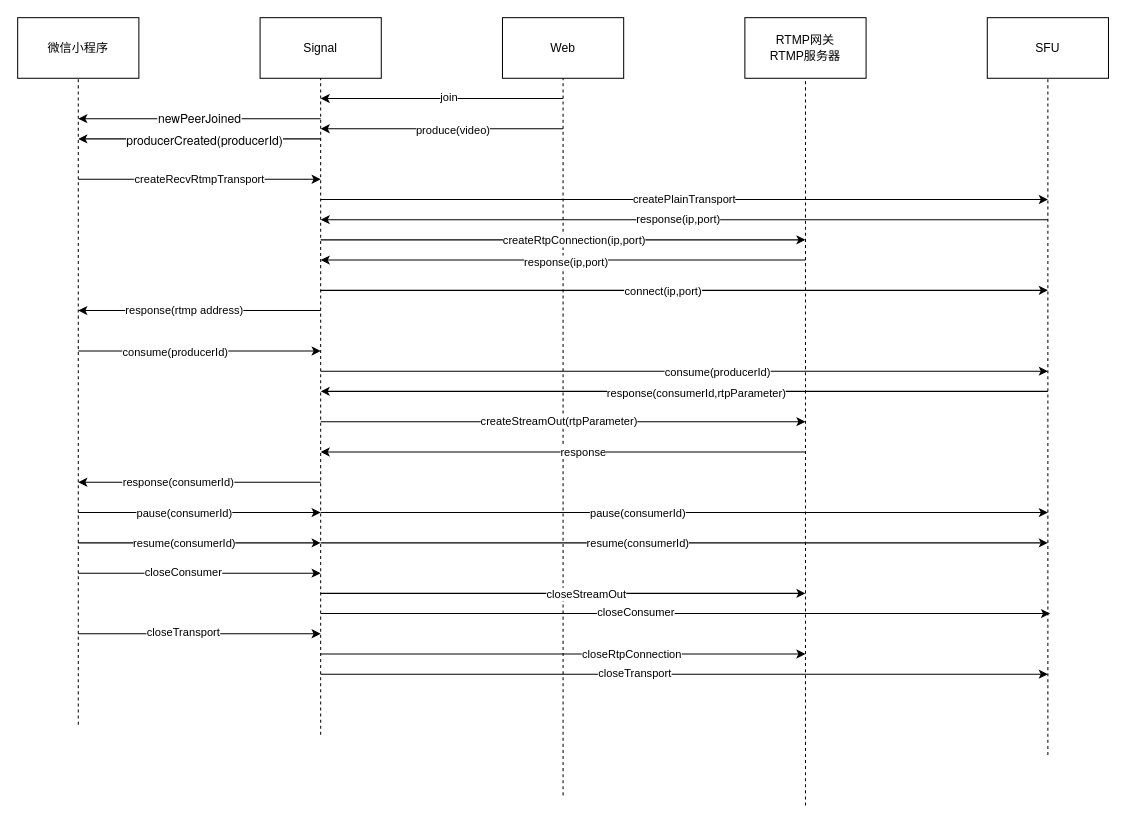
Earlier version of the draw.io diagram page "Page-15" (13 of 15) of Untitled Diagram.drawio (craterone/imgs). Source tidied: cells renumbered, new cells numbered last; positions are measured from the earlier drawing's top-left corner, leaving out a move shared by most shapes. Both pictures are drawn from the tidied source at 101%, with x=0, y=0 at pixel (17, 17).
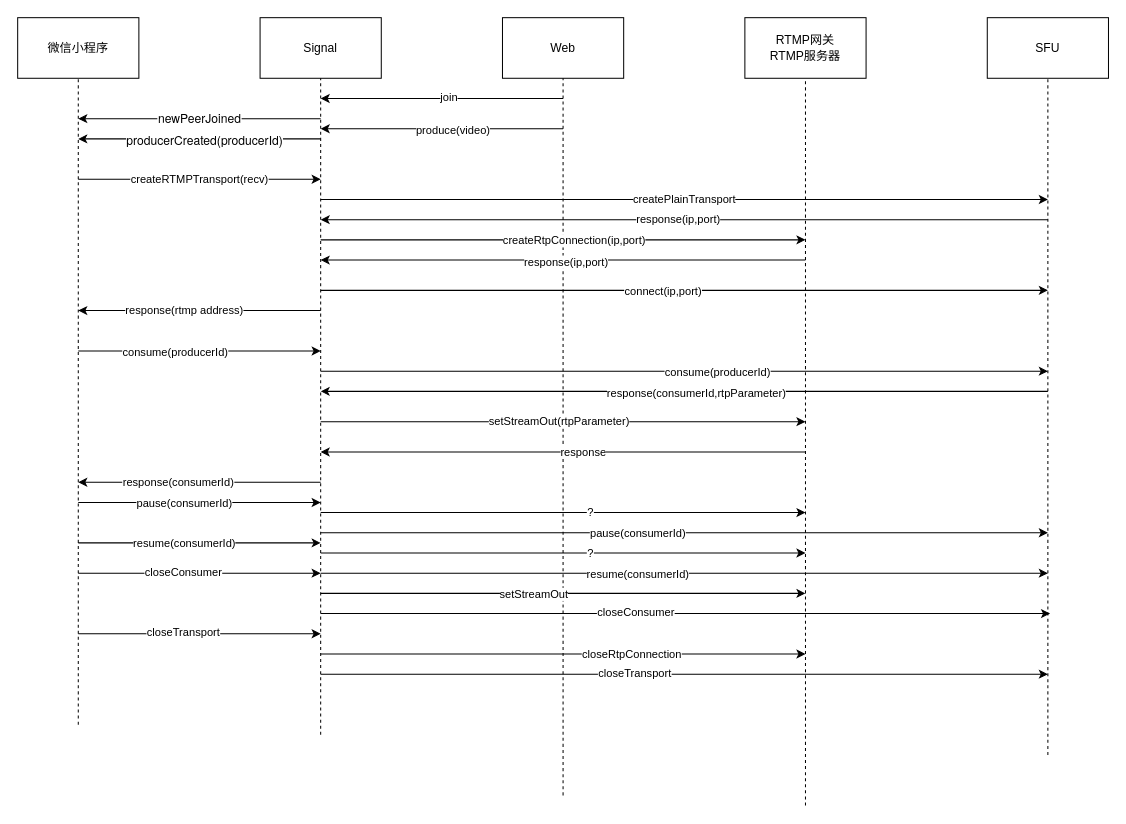
Above is the later version.

The change refers to these unchanged cells:
```xml
<mxCell id="57" style="endArrow=classic;html=1;" parent="1" edge="1">
  <mxGeometry relative="1" as="geometry">
    <mxPoint x="300" y="400" as="sourcePoint" />
    <mxPoint x="780" y="400" as="targetPoint" />
  </mxGeometry>
</mxCell>
<mxCell id="61" style="endArrow=classic;html=1;" parent="1" edge="1">
  <mxGeometry relative="1" as="geometry">
    <mxPoint x="300" y="570" as="sourcePoint" />
    <mxPoint x="780" y="570" as="targetPoint" />
  </mxGeometry>
</mxCell>
```

Change to the diagram source:
```diff
@@
-    <mxCell id="11" value="createRecvRtmpTransport" style="endArrow=classic;html=1;" parent="1" edge="1">
+    <mxCell id="11" value="createRTMPTransport(recv)" style="endArrow=classic;html=1;" parent="1" edge="1">
       <mxGeometry relative="1" as="geometry">
         <mxPoint x="60" y="160" as="sourcePoint" />
         <mxPoint x="300" y="160" as="targetPoint" />
       </mxGeometry>
     </mxCell>
@@
     <mxCell id="33" style="endArrow=classic;html=1;" parent="1" edge="1">
       <mxGeometry relative="1" as="geometry">
-        <mxPoint x="60" y="490" as="sourcePoint" />
-        <mxPoint x="300" y="490" as="targetPoint" />
+        <mxPoint x="60" y="480" as="sourcePoint" />
+        <mxPoint x="300" y="480" as="targetPoint" />
       </mxGeometry>
     </mxCell>
@@
     <mxCell id="35" style="endArrow=classic;html=1;" parent="1" edge="1">
       <mxGeometry relative="1" as="geometry">
-        <mxPoint x="300" y="490" as="sourcePoint" />
-        <mxPoint x="1020" y="490" as="targetPoint" />
+        <mxPoint x="300" y="510" as="sourcePoint" />
+        <mxPoint x="1020" y="510" as="targetPoint" />
       </mxGeometry>
     </mxCell>
@@
     <mxCell id="39" style="endArrow=classic;html=1;" parent="1" edge="1">
       <mxGeometry relative="1" as="geometry">
-        <mxPoint x="300" y="520" as="sourcePoint" />
-        <mxPoint x="1020" y="520" as="targetPoint" />
+        <mxPoint x="300" y="550" as="sourcePoint" />
+        <mxPoint x="1020" y="550" as="targetPoint" />
       </mxGeometry>
     </mxCell>
@@
-    <mxCell id="58" value="createStreamOut(rtpParameter)" style="edgeLabel;html=1;align=center;verticalAlign=middle;" parent="57" vertex="1">
+    <mxCell id="58" value="setStreamOut(rtpParameter)" style="edgeLabel;html=1;align=center;verticalAlign=middle;" parent="57" vertex="1">
       <mxGeometry x="-0.02" y="1" relative="1" as="geometry" />
     </mxCell>
@@
-    <mxCell id="62" value="closeStreamOut" style="edgeLabel;html=1;align=center;verticalAlign=middle;" parent="61" vertex="1">
-      <mxGeometry x="0.09" relative="1" as="geometry" />
+    <mxCell id="62" value="setStreamOut" style="edgeLabel;html=1;align=center;verticalAlign=middle;" parent="61" vertex="1">
+      <mxGeometry x="0.09" relative="1" as="geometry">
+        <mxPoint x="-52" as="offset" />
+      </mxGeometry>
     </mxCell>
+    <mxCell id="63" style="endArrow=classic;html=1;" parent="1" edge="1">
+      <mxGeometry relative="1" as="geometry">
+        <mxPoint x="300" y="490" as="sourcePoint" />
+        <mxPoint x="780" y="490" as="targetPoint" />
+      </mxGeometry>
+    </mxCell>
+    <mxCell id="64" value="?" style="edgeLabel;html=1;align=center;verticalAlign=middle;" parent="63" vertex="1">
+      <mxGeometry x="0.11" y="1" relative="1" as="geometry" />
+    </mxCell>
+    <mxCell id="65" style="endArrow=classic;html=1;" parent="1" edge="1">
+      <mxGeometry relative="1" as="geometry">
+        <mxPoint x="300" y="530" as="sourcePoint" />
+        <mxPoint x="780" y="530" as="targetPoint" />
+      </mxGeometry>
+    </mxCell>
+    <mxCell id="66" value="?" style="edgeLabel;html=1;align=center;verticalAlign=middle;" parent="65" vertex="1">
+      <mxGeometry x="0.11" y="1" relative="1" as="geometry" />
+    </mxCell>
```
